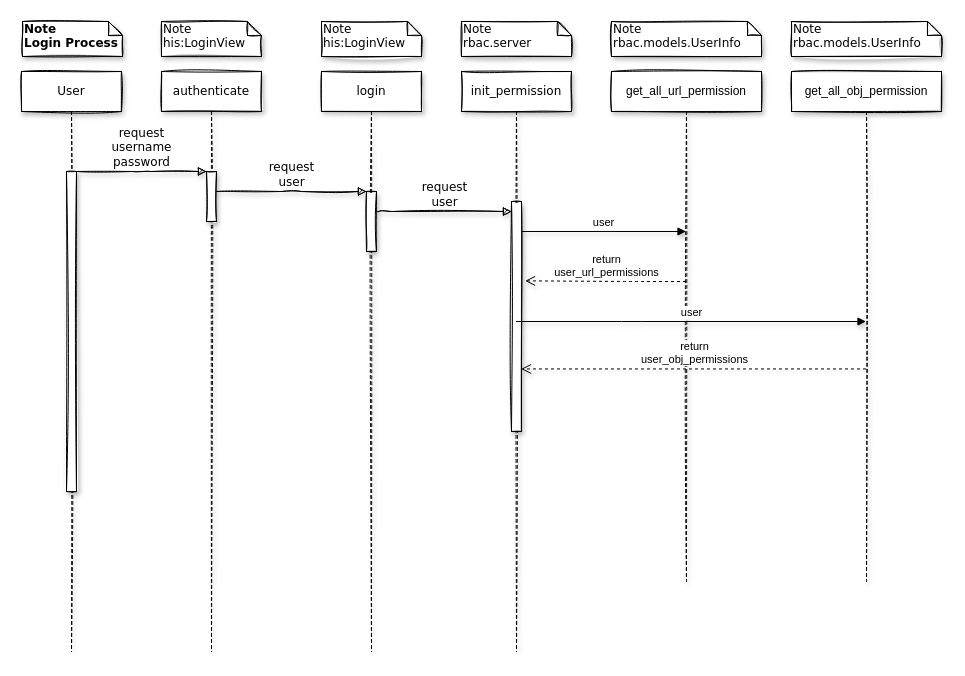
The draw.io diagram HIS-RBAC-Workflow.drawio in YuanchenZhu2020/DrawIO, before the edit. Source tidied: cells renumbered, new cells numbered last; positions are measured from the earlier drawing's top-left corner, leaving out a move shared by most shapes. Both pictures are drawn from the tidied source at 100%, with x=0, y=0 at pixel (21, 21).
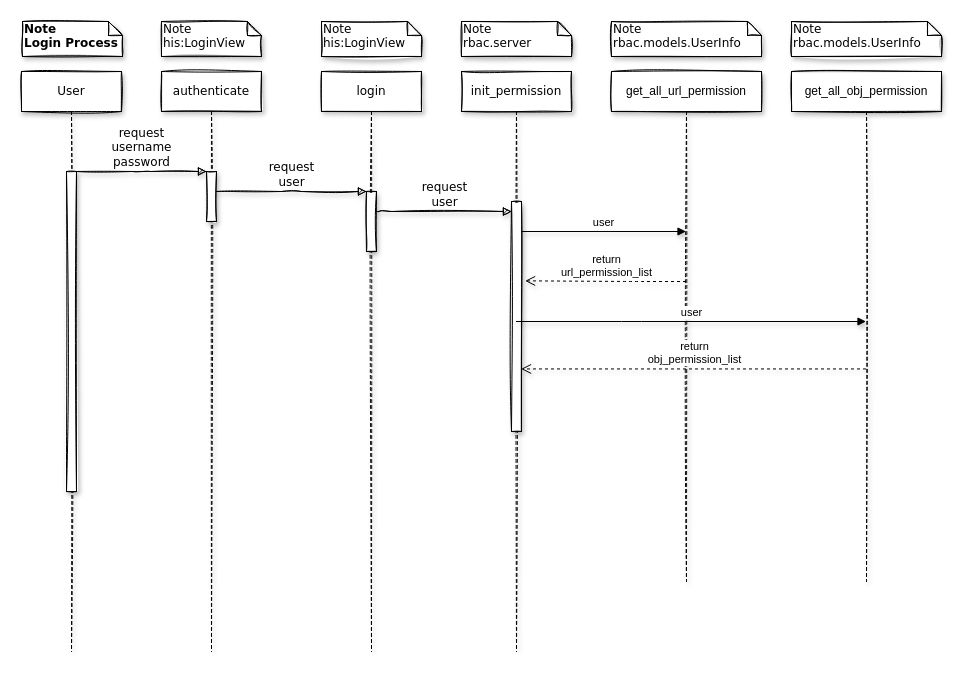
After the change.

Unchanged cells that the change refers to:
```xml
<mxCell id="7" style="html=1;points=[];perimeter=orthogonalPerimeter;shadow=1;comic=0;labelBackgroundColor=none;strokeWidth=1;fontFamily=Verdana;fontSize=12;align=center;sketch=1;" parent="6" vertex="1">
  <mxGeometry x="50" y="130" width="10" height="230" as="geometry" />
</mxCell>
<mxCell id="18" value="get_all_url_permission" style="shape=umlLifeline;perimeter=lifelinePerimeter;whiteSpace=wrap;html=1;outlineConnect=0;shadow=1;glass=0;sketch=1;" parent="1" vertex="1">
  <mxGeometry x="590" y="50" width="150" height="510" as="geometry" />
</mxCell>
<mxCell id="20" value="get_all_obj_permission" style="shape=umlLifeline;perimeter=lifelinePerimeter;whiteSpace=wrap;html=1;outlineConnect=0;shadow=1;glass=0;sketch=1;" parent="1" vertex="1">
  <mxGeometry x="770" y="50" width="150" height="510" as="geometry" />
</mxCell>
```

Change to the diagram source:
```diff
@@
-    <mxCell id="22" value="return&lt;br&gt;user_obj_permissions" style="html=1;verticalAlign=bottom;endArrow=open;dashed=1;endSize=8;shadow=1;entryX=0.96;entryY=0.728;entryDx=0;entryDy=0;entryPerimeter=0;" parent="1" edge="1" source="20" target="7">
+    <mxCell id="22" value="return&lt;br&gt;obj_permission_list" style="html=1;verticalAlign=bottom;endArrow=open;dashed=1;endSize=8;shadow=1;entryX=0.96;entryY=0.728;entryDx=0;entryDy=0;entryPerimeter=0;" parent="1" edge="1" source="20" target="7">
       <mxGeometry relative="1" as="geometry" />
     </mxCell>
-    <mxCell id="23" value="return&lt;br&gt;user_url_permissions" style="html=1;verticalAlign=bottom;endArrow=open;dashed=1;endSize=8;shadow=1;entryX=1.36;entryY=0.345;entryDx=0;entryDy=0;entryPerimeter=0;" parent="1" edge="1" source="18" target="7">
+    <mxCell id="23" value="return&lt;br&gt;url_permission_list" style="html=1;verticalAlign=bottom;endArrow=open;dashed=1;endSize=8;shadow=1;entryX=1.36;entryY=0.345;entryDx=0;entryDy=0;entryPerimeter=0;" parent="1" edge="1" source="18" target="7">
       <mxGeometry relative="1" as="geometry">
         <Array as="points">
           <mxPoint x="610" y="260" />
         </Array>
       </mxGeometry>
     </mxCell>
```
